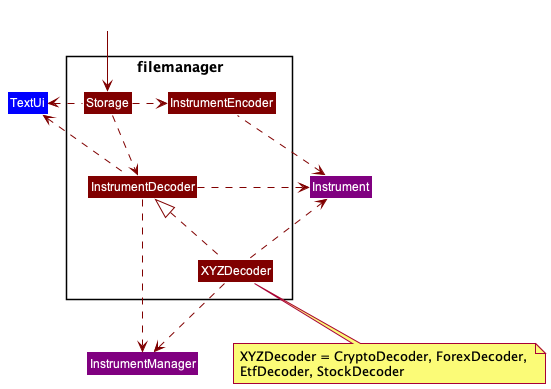
The PlantUML diagram docs/images/FileManagerDiagram.png in williamlamjy/mTracker, before a commit.
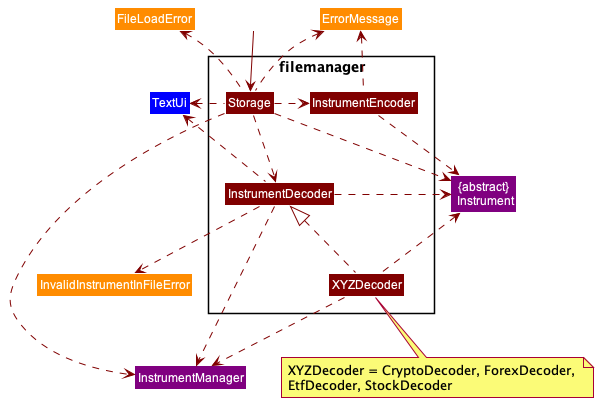
After the commit.

Diff of the diagram source:
```diff
@@ -10,23 +10,33 @@
 
 Class TextUi COLOR_UI
 
+    Class FileLoadError COLOR_ERROR
+    Class InvalidInstrumentInFileError COLOR_ERROR
+    Class ErrorMessage COLOR_ERROR
 
-Class Instrument COLOR_MODEL
+Class "{abstract}\n Instrument" as Instrument COLOR_MODEL
 Class InstrumentManager COLOR_MODEL
 
 
 Class outside COLOR_WHITE
-outside -down[COLOR_STORAGE]-> Storage
-XYZDecoder -up[COLOR_STORAGE].|>InstrumentDecoder
-Storage -right[COLOR_STORAGE].> InstrumentEncoder
-Storage -down[COLOR_STORAGE].> InstrumentDecoder
-InstrumentEncoder -up[COLOR_STORAGE].> Instrument
-InstrumentDecoder -down[COLOR_STORAGE].> InstrumentManager
-InstrumentDecoder -right[COLOR_STORAGE].> Instrument
-XYZDecoder -up[COLOR_STORAGE].> Instrument
-XYZDecoder -down[COLOR_STORAGE].> InstrumentManager
-Storage -left[COLOR_STORAGE].> TextUi
-InstrumentDecoder -left[COLOR_STORAGE].> TextUi
+ outside -down[COLOR_STORAGE]-> Storage
+ XYZDecoder -up[COLOR_STORAGE].|>InstrumentDecoder
+ Storage -right[COLOR_STORAGE].> InstrumentEncoder
+ Storage -down[COLOR_STORAGE].> InstrumentDecoder
+ Storage -down[COLOR_STORAGE].> Instrument
+ Storage -down[COLOR_STORAGE].> InstrumentManager
+ Storage -up[COLOR_STORAGE].> FileLoadError
+ Storage -up[COLOR_STORAGE].> ErrorMessage
+ InstrumentEncoder -down[COLOR_STORAGE].> Instrument
+ InstrumentEncoder -up[COLOR_STORAGE].> ErrorMessage
+
+ InstrumentDecoder -down[COLOR_STORAGE].> InstrumentManager
+ InstrumentDecoder -right[COLOR_STORAGE].> Instrument
+ InstrumentDecoder -down[COLOR_STORAGE].> InvalidInstrumentInFileError
+ XYZDecoder -up[COLOR_STORAGE].> Instrument
+ XYZDecoder -down[COLOR_STORAGE].> InstrumentManager
+ Storage -left[COLOR_STORAGE].> TextUi
+ InstrumentDecoder -left[COLOR_STORAGE].> TextUi
 
 
 note bottom of XYZDecoder: XYZDecoder = CryptoDecoder, ForexDecoder, \nEtfDecoder, StockDecoder
```
